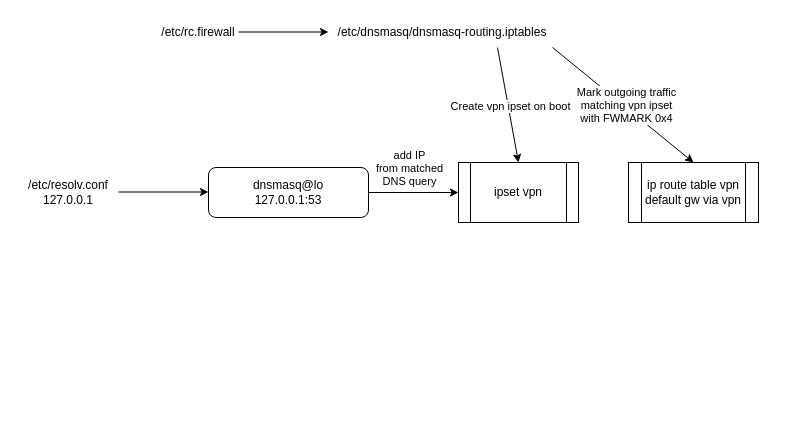
This is audio-ip-routing.drawio from maniac0r/audio, a draw.io file, before an edit. Source tidied: cells renumbered, new cells numbered last; positions are measured from the earlier drawing's top-left corner, leaving out a move shared by most shapes. Both pictures are drawn from the tidied source at 100%, with x=0, y=0 at pixel (38, 17).
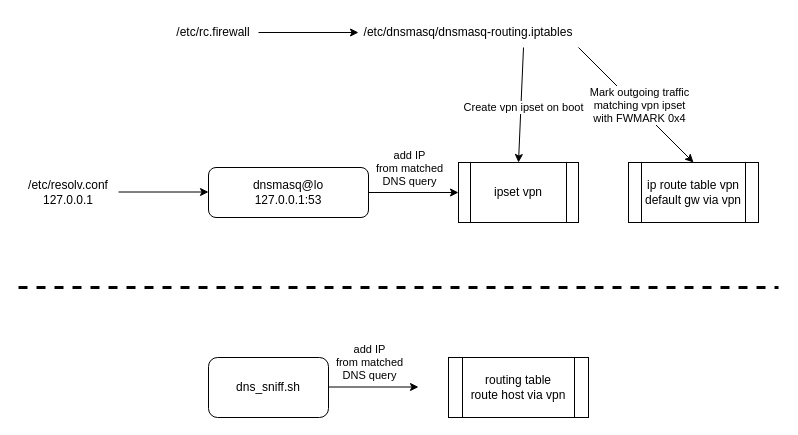
After the change.

What changed in the source:
```diff
@@
+    <mxCell id="16" style="edgeStyle=orthogonalEdgeStyle;rounded=0;jettySize=auto;html=1;" parent="1" edge="1" source="8" target="9">
+      <mxGeometry relative="1" as="geometry" />
+    </mxCell>
     <mxCell id="8" value="/etc/rc.firewall" style="text;html=1;strokeColor=none;fillColor=none;align=center;verticalAlign=middle;whiteSpace=wrap;rounded=0;" parent="1" vertex="1">
-      <mxGeometry x="130" width="60" height="30" as="geometry" />
+      <mxGeometry x="130" width="90" height="30" as="geometry" />
     </mxCell>
     <mxCell id="9" value="/etc/dnsmasq/dnsmasq-routing.iptables" style="text;html=1;strokeColor=none;fillColor=none;align=center;verticalAlign=middle;whiteSpace=wrap;rounded=0;" parent="1" vertex="1">
-      <mxGeometry x="294" width="220" height="30" as="geometry" />
+      <mxGeometry x="320" width="220" height="30" as="geometry" />
     </mxCell>
-    <mxCell id="10" style="endArrow=classic;html=1;rounded=0;exitX=1;exitY=0.5;exitDx=0;exitDy=0;entryX=0;entryY=0.5;entryDx=0;entryDy=0;" parent="1" edge="1">
-      <mxGeometry relative="1" as="geometry">
-        <mxPoint x="200" y="14.5" as="sourcePoint" />
-        <mxPoint x="290" y="14.5" as="targetPoint" />
-      </mxGeometry>
-    </mxCell>
@@
+    <mxCell id="17" style="endArrow=none;dashed=1;html=1;rounded=0;strokeWidth=3;" parent="1" edge="1">
+      <mxGeometry relative="1" as="geometry">
+        <mxPoint x="-20" y="270" as="sourcePoint" />
+        <mxPoint x="740" y="270" as="targetPoint" />
+      </mxGeometry>
+    </mxCell>
+    <mxCell id="18" value="dns_sniff.sh" style="rounded=1;whiteSpace=wrap;html=1;" parent="1" vertex="1">
+      <mxGeometry x="170" y="340" width="120" height="60" as="geometry" />
+    </mxCell>
+    <mxCell id="19" style="endArrow=classic;html=1;rounded=0;exitX=1;exitY=0.5;exitDx=0;exitDy=0;entryX=0;entryY=0.5;entryDx=0;entryDy=0;" parent="1" edge="1">
+      <mxGeometry relative="1" as="geometry">
+        <mxPoint x="290" y="369.5" as="sourcePoint" />
+        <mxPoint x="380" y="369.5" as="targetPoint" />
+      </mxGeometry>
+    </mxCell>
+    <mxCell id="20" value="add IP&lt;br&gt;from matched&lt;br&gt;DNS query" style="edgeLabel;html=1;align=center;verticalAlign=middle;" parent="19" vertex="1">
+      <mxGeometry x="-0.27" y="1" relative="1" as="geometry">
+        <mxPoint x="7" y="-24" as="offset" />
+      </mxGeometry>
+    </mxCell>
+    <mxCell id="21" value="routing table&lt;br&gt;route host via vpn" style="shape=process;whiteSpace=wrap;html=1;backgroundOutline=1;" parent="1" vertex="1">
+      <mxGeometry x="410" y="340" width="140" height="60" as="geometry" />
+    </mxCell>
```
